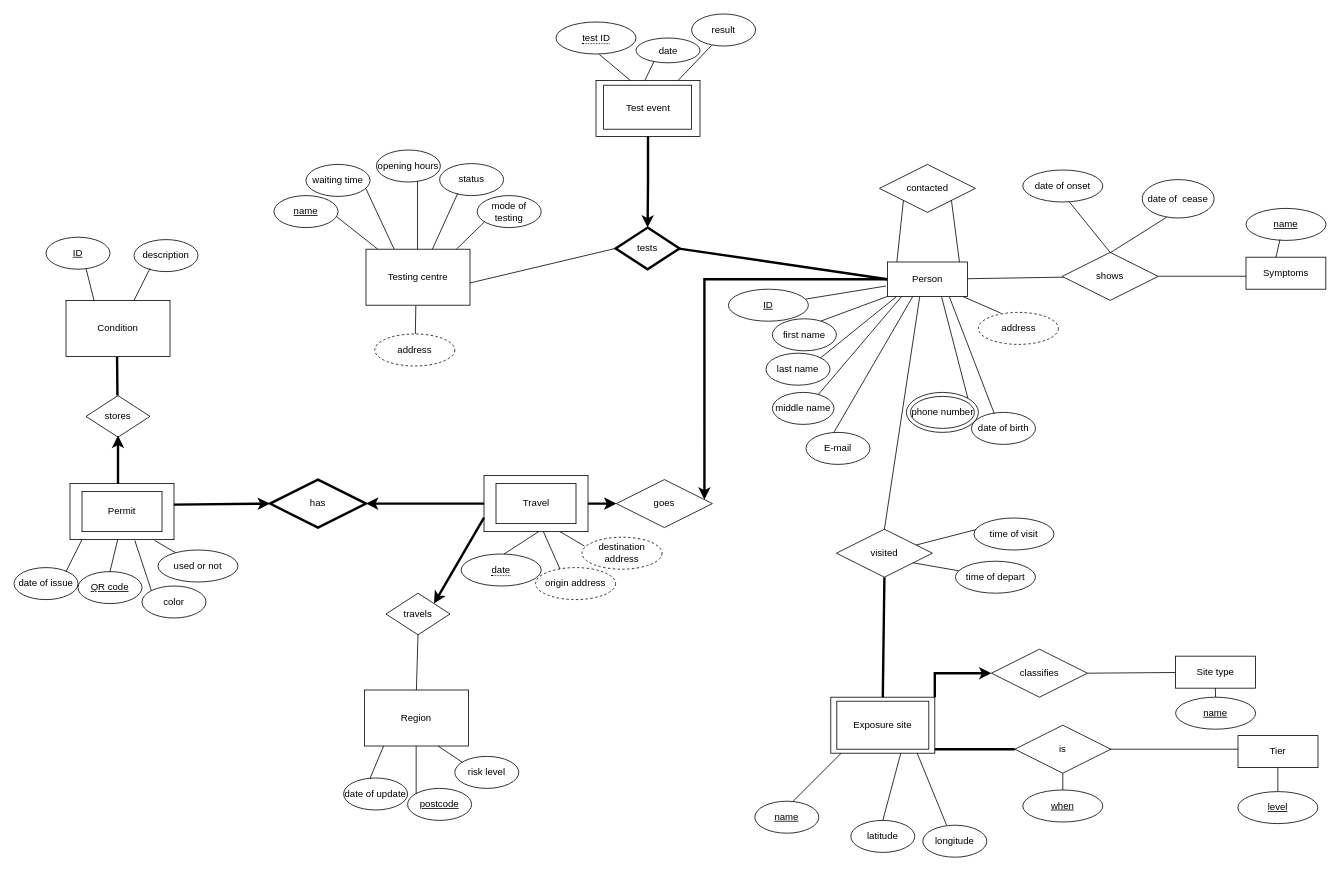
Above: Untitled Diagram.drawio in pingtingw/info20003 (draw.io), before the change. Source tidied: cells renumbered, new cells numbered last; positions are measured from the earlier drawing's top-left corner, leaving out a move shared by most shapes. Both pictures are drawn from the tidied source at 80%, with x=0, y=0 at pixel (14, 14).
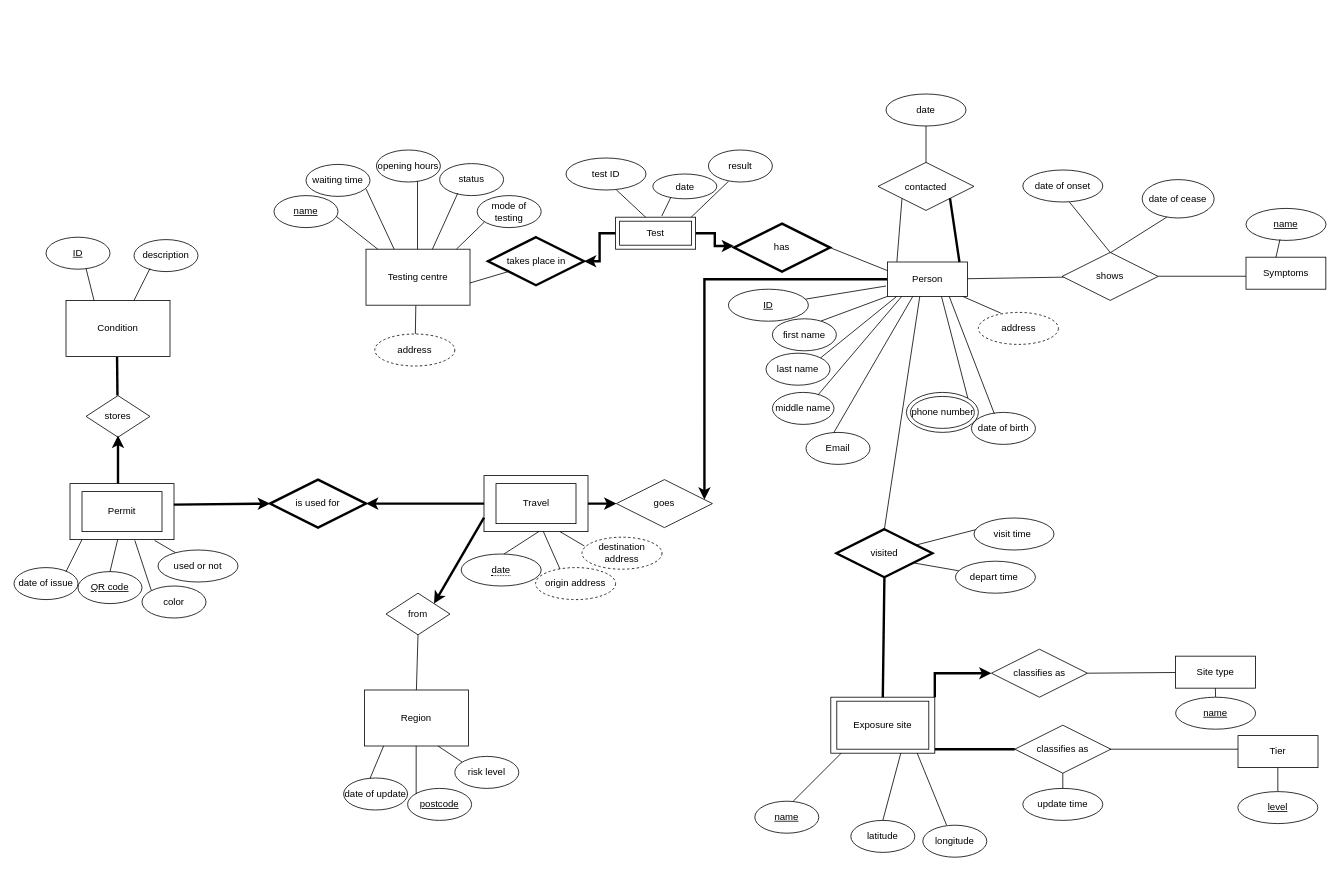
Above is the later version.

Unchanged cells that the change refers to:
```xml
<mxCell id="66" value="Person" style="whiteSpace=wrap;html=1;align=center;strokeWidth=1;" parent="1" vertex="1">
  <mxGeometry x="1091.8" y="310" width="100" height="43" as="geometry" />
</mxCell>
```

What changed in the source:
```diff
@@
-    <mxCell id="11" value="tests" style="rhombus;whiteSpace=wrap;html=1;fillColor=none;gradientColor=none;strokeWidth=3;" parent="1" vertex="1">
-      <mxGeometry x="752" y="267" width="80" height="52" as="geometry" />
-    </mxCell>
-    <mxCell id="12" style="endArrow=none;html=1;strokeWidth=3;entryX=0;entryY=0.5;entryDx=0;entryDy=0;exitX=0.991;exitY=0.504;exitDx=0;exitDy=0;exitPerimeter=0;" parent="1" edge="1" source="11" target="66">
-      <mxGeometry relative="1" as="geometry" />
-    </mxCell>
-    <mxCell id="13" style="endArrow=none;html=1;strokeWidth=1;entryX=0;entryY=0.5;entryDx=0;entryDy=0;" parent="1" edge="1" target="11">
+    <mxCell id="13" style="endArrow=none;html=1;strokeWidth=1;entryX=0.216;entryY=0.714;entryDx=0;entryDy=0;entryPerimeter=0;" parent="1" edge="1" target="133">
       <mxGeometry relative="1" as="geometry">
         <mxPoint x="570" y="336.2" as="sourcePoint" />
       </mxGeometry>
     </mxCell>
@@
-    <mxCell id="27" style="edgeStyle=orthogonalEdgeStyle;rounded=0;jettySize=auto;html=1;strokeWidth=3;" parent="1" edge="1" source="28" target="11">
-      <mxGeometry relative="1" as="geometry" />
-    </mxCell>
-    <mxCell id="28" value="Test event" style="rounded=0;whiteSpace=wrap;html=1;fillColor=none;" parent="1" vertex="1">
-      <mxGeometry x="727.5" y="83" width="130" height="70" as="geometry" />
-    </mxCell>
-    <mxCell id="29" style="endArrow=none;html=1;entryX=0.471;entryY=-0.005;entryDx=0;entryDy=0;exitX=0.281;exitY=0.946;exitDx=0;exitDy=0;exitPerimeter=0;entryPerimeter=0;" parent="1" edge="1" source="31" target="28">
-      <mxGeometry relative="1" as="geometry" />
+    <mxCell id="29" style="endArrow=none;html=1;entryX=0.471;entryY=-0.005;entryDx=0;entryDy=0;exitX=0.281;exitY=0.946;exitDx=0;exitDy=0;exitPerimeter=0;entryPerimeter=0;" parent="1" edge="1" source="31">
+      <mxGeometry relative="1" as="geometry">
+        <mxPoint x="809.7" y="252.6" as="targetPoint" />
+      </mxGeometry>
     </mxCell>
-    <mxCell id="30" style="endArrow=none;html=1;entryX=0.792;entryY=-0.005;entryDx=0;entryDy=0;entryPerimeter=0;exitX=0.315;exitY=0.978;exitDx=0;exitDy=0;exitPerimeter=0;" parent="1" edge="1" source="32" target="28">
-      <mxGeometry relative="1" as="geometry" />
+    <mxCell id="30" style="endArrow=none;html=1;entryX=0.803;entryY=0.322;entryDx=0;entryDy=0;entryPerimeter=0;exitX=0.315;exitY=0.978;exitDx=0;exitDy=0;exitPerimeter=0;" parent="1" edge="1" source="32">
+      <mxGeometry relative="1" as="geometry">
+        <mxPoint x="831.2" y="268.7" as="targetPoint" />
+      </mxGeometry>
     </mxCell>
     <mxCell id="31" value="date" style="ellipse;whiteSpace=wrap;html=1;fillColor=none;gradientColor=none;" parent="1" vertex="1">
-      <mxGeometry x="777.5" y="30" width="80" height="31" as="geometry" />
+      <mxGeometry x="798.5" y="200" width="80" height="31" as="geometry" />
     </mxCell>
     <mxCell id="32" value="result" style="ellipse;whiteSpace=wrap;html=1;fillColor=none;gradientColor=none;" parent="1" vertex="1">
-      <mxGeometry x="847" width="80" height="40" as="geometry" />
+      <mxGeometry x="868" y="170" width="80" height="40" as="geometry" />
     </mxCell>
@@
-    <mxCell id="39" value="travels" style="rhombus;whiteSpace=wrap;html=1;fillColor=none;gradientColor=none;" parent="1" vertex="1">
+    <mxCell id="39" value="from" style="rhombus;whiteSpace=wrap;html=1;fillColor=none;gradientColor=none;" parent="1" vertex="1">
       <mxGeometry x="465" y="724" width="80" height="52" as="geometry" />
     </mxCell>
@@
     <mxCell id="67" value="contacted" style="shape=rhombus;perimeter=rhombusPerimeter;whiteSpace=wrap;html=1;align=center;strokeWidth=1;" parent="1" vertex="1">
-      <mxGeometry x="1081.8" y="188" width="120" height="60" as="geometry" />
+      <mxGeometry x="1080" y="185.5" width="120" height="60" as="geometry" />
     </mxCell>
@@
-    <mxCell id="69" style="endArrow=none;html=1;rounded=0;exitX=1;exitY=1;exitDx=0;exitDy=0;entryX=0.9;entryY=0;entryDx=0;entryDy=0;entryPerimeter=0;" parent="1" edge="1" source="67" target="66">
+    <mxCell id="69" style="endArrow=none;html=1;rounded=0;exitX=1;exitY=1;exitDx=0;exitDy=0;entryX=0.9;entryY=0;entryDx=0;entryDy=0;entryPerimeter=0;strokeWidth=3;" parent="1" edge="1" source="67" target="66">
       <mxGeometry relative="1" as="geometry" />
     </mxCell>
@@
-    <mxCell id="74" value="E-mail" style="ellipse;whiteSpace=wrap;html=1;fillColor=none;gradientColor=none;" parent="1" vertex="1">
+    <mxCell id="74" value="Email" style="ellipse;whiteSpace=wrap;html=1;fillColor=none;gradientColor=none;" parent="1" vertex="1">
       <mxGeometry x="990" y="523" width="80" height="40" as="geometry" />
     </mxCell>
@@
-    <mxCell id="92" value="date of&amp;nbsp; cease" style="ellipse;whiteSpace=wrap;html=1;fillColor=none;gradientColor=none;" parent="1" vertex="1">
+    <mxCell id="92" value="date of cease" style="ellipse;whiteSpace=wrap;html=1;fillColor=none;gradientColor=none;" parent="1" vertex="1">
       <mxGeometry x="1410.2" y="207" width="90" height="48" as="geometry" />
     </mxCell>
@@
-    <mxCell id="96" value="visited" style="shape=rhombus;perimeter=rhombusPerimeter;whiteSpace=wrap;html=1;align=center;strokeWidth=1;" parent="1" vertex="1">
+    <mxCell id="96" value="visited" style="shape=rhombus;perimeter=rhombusPerimeter;whiteSpace=wrap;html=1;align=center;strokeWidth=3;" parent="1" vertex="1">
       <mxGeometry x="1028" y="644" width="120" height="60" as="geometry" />
     </mxCell>
-    <mxCell id="97" style="rounded=0;whiteSpace=wrap;html=1;fillColor=none;" parent="1" vertex="1">
-      <mxGeometry x="737" y="89" width="110" height="55" as="geometry" />
-    </mxCell>
-    <mxCell id="98" value="&lt;span style=&quot;border-bottom: 1px dotted&quot;&gt;test ID&lt;/span&gt;" style="ellipse;whiteSpace=wrap;html=1;align=center;strokeWidth=1;" parent="1" vertex="1">
-      <mxGeometry x="677.5" y="10" width="100" height="40" as="geometry" />
-    </mxCell>
-    <mxCell id="99" style="endArrow=none;html=1;rounded=0;exitX=0.54;exitY=1.01;exitDx=0;exitDy=0;exitPerimeter=0;entryX=0.33;entryY=0;entryDx=0;entryDy=0;entryPerimeter=0;" parent="1" edge="1" source="98" target="28">
-      <mxGeometry relative="1" as="geometry" />
+    <mxCell id="99" style="endArrow=none;html=1;rounded=0;entryX=0.356;entryY=0.147;entryDx=0;entryDy=0;entryPerimeter=0;exitX=0.628;exitY=0.992;exitDx=0;exitDy=0;exitPerimeter=0;" parent="1" edge="1" source="98">
+      <mxGeometry relative="1" as="geometry">
+        <mxPoint x="795.5" y="259.6" as="targetPoint" />
+      </mxGeometry>
     </mxCell>
@@
-    <mxCell id="102" value="classifies" style="shape=rhombus;perimeter=rhombusPerimeter;whiteSpace=wrap;html=1;align=center;strokeWidth=1;" parent="1" vertex="1">
+    <mxCell id="102" value="classifies as" style="shape=rhombus;perimeter=rhombusPerimeter;whiteSpace=wrap;html=1;align=center;strokeWidth=1;" parent="1" vertex="1">
       <mxGeometry x="1221.8" y="794" width="120" height="60" as="geometry" />
     </mxCell>
@@
-    <mxCell id="108" value="is" style="shape=rhombus;perimeter=rhombusPerimeter;whiteSpace=wrap;html=1;align=center;strokeWidth=1;" parent="1" vertex="1">
+    <mxCell id="108" value="classifies as" style="shape=rhombus;perimeter=rhombusPerimeter;whiteSpace=wrap;html=1;align=center;strokeWidth=1;" parent="1" vertex="1">
       <mxGeometry x="1251" y="889" width="120" height="60" as="geometry" />
     </mxCell>
@@
-    <mxCell id="113" style="endArrow=none;html=1;rounded=0;strokeWidth=1;exitX=0.5;exitY=1;exitDx=0;exitDy=0;" parent="1" edge="1" source="108" target="114">
-      <mxGeometry relative="1" as="geometry" />
+    <mxCell id="113" style="endArrow=none;html=1;rounded=0;strokeWidth=1;exitX=0.5;exitY=1;exitDx=0;exitDy=0;" parent="1" edge="1" source="108">
+      <mxGeometry relative="1" as="geometry">
+        <mxPoint x="1311" y="970" as="targetPoint" />
+      </mxGeometry>
     </mxCell>
-    <mxCell id="114" value="&lt;u&gt;when&lt;/u&gt;" style="ellipse;whiteSpace=wrap;html=1;align=center;strokeWidth=1;" parent="1" vertex="1">
-      <mxGeometry x="1261" y="970" width="100" height="40" as="geometry" />
-    </mxCell>
@@
-    <mxCell id="117" value="time of visit" style="ellipse;whiteSpace=wrap;html=1;align=center;strokeWidth=1;" parent="1" vertex="1">
+    <mxCell id="117" value="visit time&amp;nbsp;" style="ellipse;whiteSpace=wrap;html=1;align=center;strokeWidth=1;" parent="1" vertex="1">
       <mxGeometry x="1200" y="630" width="100" height="40" as="geometry" />
     </mxCell>
-    <mxCell id="118" value="time of depart" style="ellipse;whiteSpace=wrap;html=1;align=center;strokeWidth=1;" parent="1" vertex="1">
+    <mxCell id="118" value="depart time&amp;nbsp;" style="ellipse;whiteSpace=wrap;html=1;align=center;strokeWidth=1;" parent="1" vertex="1">
       <mxGeometry x="1176.8" y="684" width="100" height="40" as="geometry" />
     </mxCell>
@@
-    <mxCell id="120" value="has" style="shape=rhombus;perimeter=rhombusPerimeter;whiteSpace=wrap;html=1;align=center;strokeWidth=3;" parent="1" vertex="1">
+    <mxCell id="120" value="is used for" style="shape=rhombus;perimeter=rhombusPerimeter;whiteSpace=wrap;html=1;align=center;strokeWidth=3;" parent="1" vertex="1">
       <mxGeometry x="320" y="582" width="120" height="60" as="geometry" />
     </mxCell>
@@
+    <mxCell id="98" value="test ID" style="ellipse;whiteSpace=wrap;html=1;align=center;" parent="1" vertex="1">
+      <mxGeometry x="690" y="180" width="100" height="40" as="geometry" />
+    </mxCell>
+    <mxCell id="130" style="edgeStyle=orthogonalEdgeStyle;rounded=0;jettySize=auto;html=1;entryX=0;entryY=0.467;entryDx=0;entryDy=0;entryPerimeter=0;strokeWidth=3;" parent="1" edge="1" source="132" target="134">
+      <mxGeometry relative="1" as="geometry" />
+    </mxCell>
+    <mxCell id="131" style="edgeStyle=orthogonalEdgeStyle;rounded=0;jettySize=auto;html=1;strokeWidth=3;" parent="1" edge="1" source="132" target="133">
+      <mxGeometry relative="1" as="geometry" />
+    </mxCell>
+    <mxCell id="132" value="Test" style="whiteSpace=wrap;html=1;align=center;strokeWidth=1;" parent="1" vertex="1">
+      <mxGeometry x="752" y="254" width="100" height="40" as="geometry" />
+    </mxCell>
+    <mxCell id="133" value="takes place in" style="shape=rhombus;perimeter=rhombusPerimeter;whiteSpace=wrap;html=1;align=center;strokeWidth=3;" parent="1" vertex="1">
+      <mxGeometry x="592.5" y="279" width="120" height="60" as="geometry" />
+    </mxCell>
+    <mxCell id="134" value="has" style="shape=rhombus;perimeter=rhombusPerimeter;whiteSpace=wrap;html=1;align=center;strokeWidth=3;" parent="1" vertex="1">
+      <mxGeometry x="900" y="262" width="120" height="60" as="geometry" />
+    </mxCell>
+    <mxCell id="135" style="endArrow=none;html=1;rounded=0;exitX=1;exitY=0.5;exitDx=0;exitDy=0;entryX=0;entryY=0.25;entryDx=0;entryDy=0;" parent="1" edge="1" source="134" target="66">
+      <mxGeometry relative="1" as="geometry" />
+    </mxCell>
+    <mxCell id="136" value="update time" style="ellipse;whiteSpace=wrap;html=1;align=center;strokeWidth=1;" parent="1" vertex="1">
+      <mxGeometry x="1261" y="968" width="100" height="40" as="geometry" />
+    </mxCell>
+    <mxCell id="137" style="endArrow=none;html=1;rounded=0;strokeWidth=1;entryX=0.5;entryY=0;entryDx=0;entryDy=0;" parent="1" edge="1" target="67">
+      <mxGeometry relative="1" as="geometry">
+        <mxPoint x="1140" y="130" as="sourcePoint" />
+      </mxGeometry>
+    </mxCell>
+    <mxCell id="138" value="date" style="ellipse;whiteSpace=wrap;html=1;align=center;strokeWidth=1;" parent="1" vertex="1">
+      <mxGeometry x="1090" y="100" width="100" height="40" as="geometry" />
+    </mxCell>
+    <mxCell id="139" style="whiteSpace=wrap;html=1;align=center;strokeWidth=1;fillColor=none;" parent="1" vertex="1">
+      <mxGeometry x="757" y="259" width="90" height="30" as="geometry" />
+    </mxCell>
```
